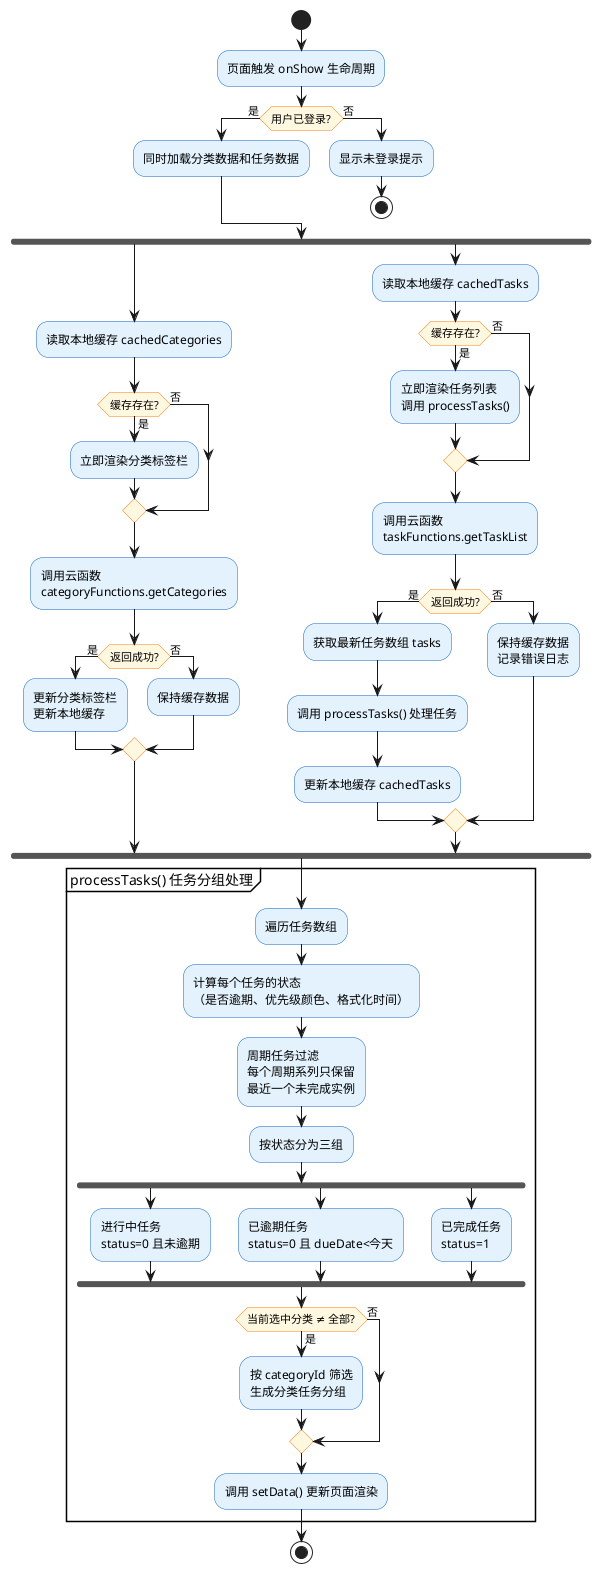
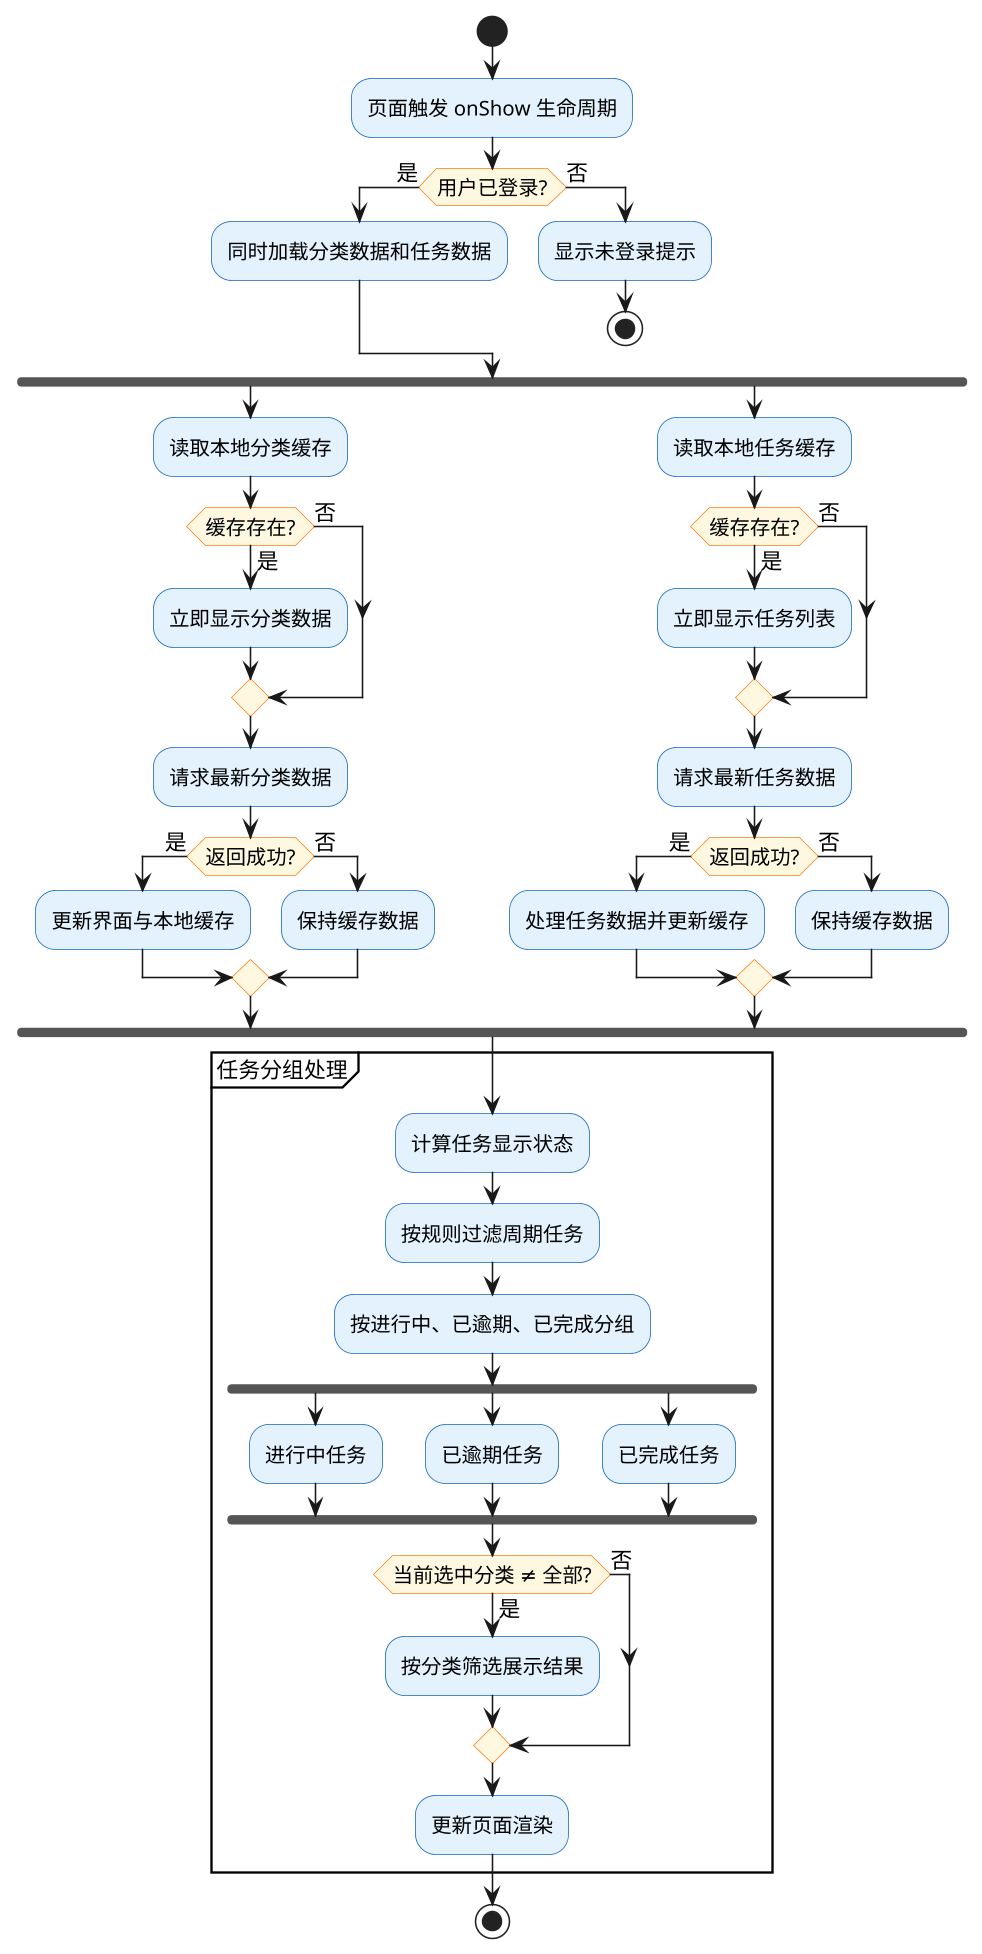
@startuml 任务列表加载流程图
' 图5.3 任务列表加载流程图
' 渲染：复制到 https://www.plantuml.com/plantuml/uml

skinparam activity {
  BackgroundColor #E3F2FD
  BorderColor #1565C0
  DiamondBackgroundColor #FFF8E1
  DiamondBorderColor #F57F17
}
+ 
+ skinparam defaultFontSize 14
+ skinparam activityFontSize 13
+ skinparam dpi 150

start

:页面触发 onShow 生命周期;

if (用户已登录?) then (是)
  :同时加载分类数据和任务数据;
else (否)
  :显示未登录提示;
  stop
endif

- ' ===== 分类数据加载 =====
fork
-   :读取本地缓存 cachedCategories;
+   :读取本地分类缓存;
  if (缓存存在?) then (是)
-     :立即渲染分类标签栏;
+     :立即显示分类数据;
  else (否)
  endif
-   :调用云函数\ncategoryFunctions.getCategories;
+   :请求最新分类数据;
  if (返回成功?) then (是)
-     :更新分类标签栏\n更新本地缓存;
+     :更新界面与本地缓存;
  else (否)
    :保持缓存数据;
  endif

- ' ===== 任务数据加载 =====
fork again
-   :读取本地缓存 cachedTasks;
+   :读取本地任务缓存;
  if (缓存存在?) then (是)
-     :立即渲染任务列表\n调用 processTasks();
+     :立即显示任务列表;
  else (否)
  endif
-   :调用云函数\ntaskFunctions.getTaskList;
+   :请求最新任务数据;
  if (返回成功?) then (是)
-     :获取最新任务数组 tasks;
-     :调用 processTasks() 处理任务;
-     :更新本地缓存 cachedTasks;
+     :处理任务数据并更新缓存;
  else (否)
-     :保持缓存数据\n记录错误日志;
+     :保持缓存数据;
  endif
end fork

- ' ===== processTasks 处理逻辑 =====
- partition "processTasks() 任务分组处理" {
-   :遍历任务数组;
-   :计算每个任务的状态\n（是否逾期、优先级颜色、格式化时间）;
- 
-   :周期任务过滤\n每个周期系列只保留\n最近一个未完成实例;
- 
-   :按状态分为三组;
+ partition "任务分组处理" {
+   :计算任务显示状态;
+   :按规则过滤周期任务;
+   :按进行中、已逾期、已完成分组;

  fork
-     :进行中任务\nstatus=0 且未逾期;
+     :进行中任务;
  fork again
-     :已逾期任务\nstatus=0 且 dueDate<今天;
+     :已逾期任务;
  fork again
-     :已完成任务\nstatus=1;
+     :已完成任务;
  end fork

  if (当前选中分类 ≠ 全部?) then (是)
-     :按 categoryId 筛选\n生成分类任务分组;
+     :按分类筛选展示结果;
  else (否)
  endif

-   :调用 setData() 更新页面渲染;
+   :更新页面渲染;
}

stop

@enduml
